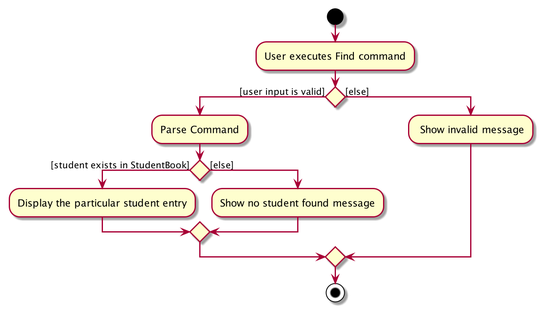
Above: docs/images/FindStudentActivityDiagram.png in nus-cs2103-AY2021S2/tp (PlantUML), before the change.
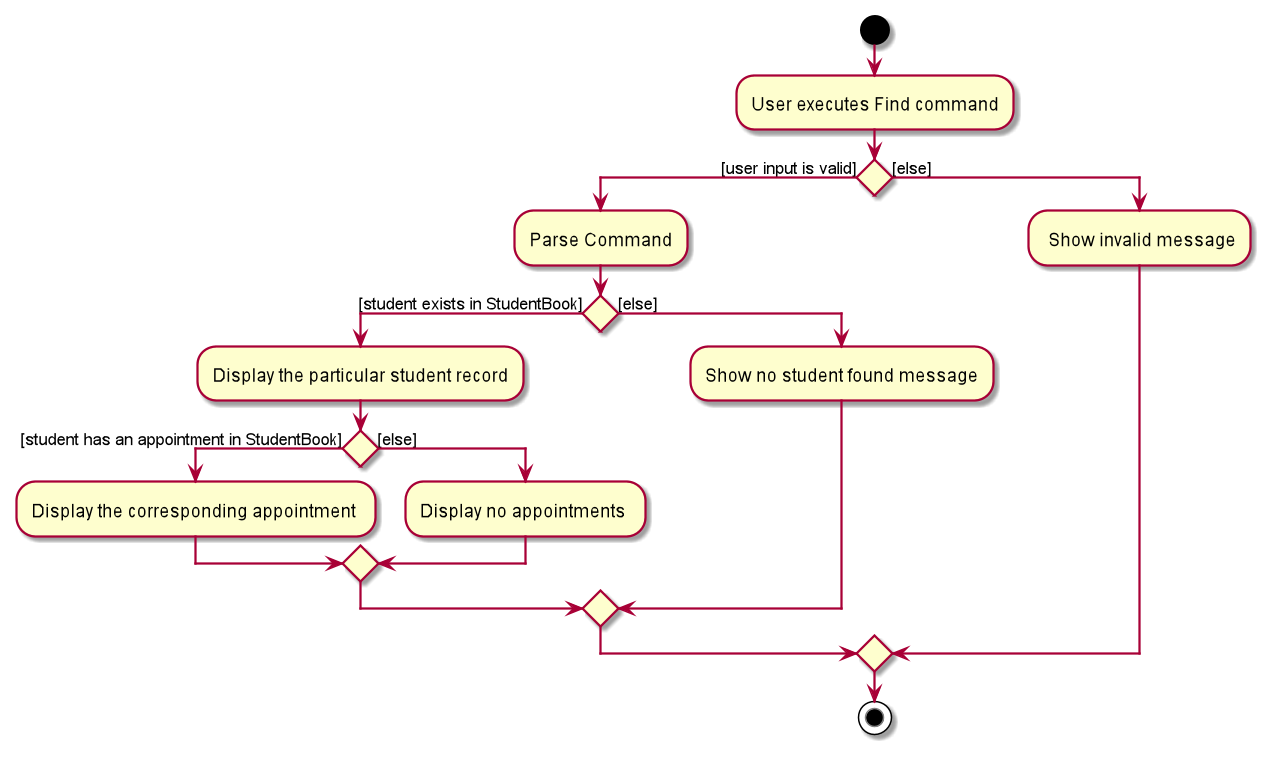
Later version of the same file.

What changed in the source:
```diff
@@ -6,10 +6,18 @@
 if () then ([user input is valid])
     :Parse Command;
     if () then ([student exists in StudentBook])
-        :Display the particular student entry;
+        :Display the particular student record;
+         if () then ([student has an appointment in StudentBook])
+                :Display the corresponding appointment ;
+
+         else ([else])
+                :Display no appointments ;
+         endif
     else ([else])
         :Show no student found message;
+
     endif
+
 else ([else])
     : Show invalid message;
 endif
```
